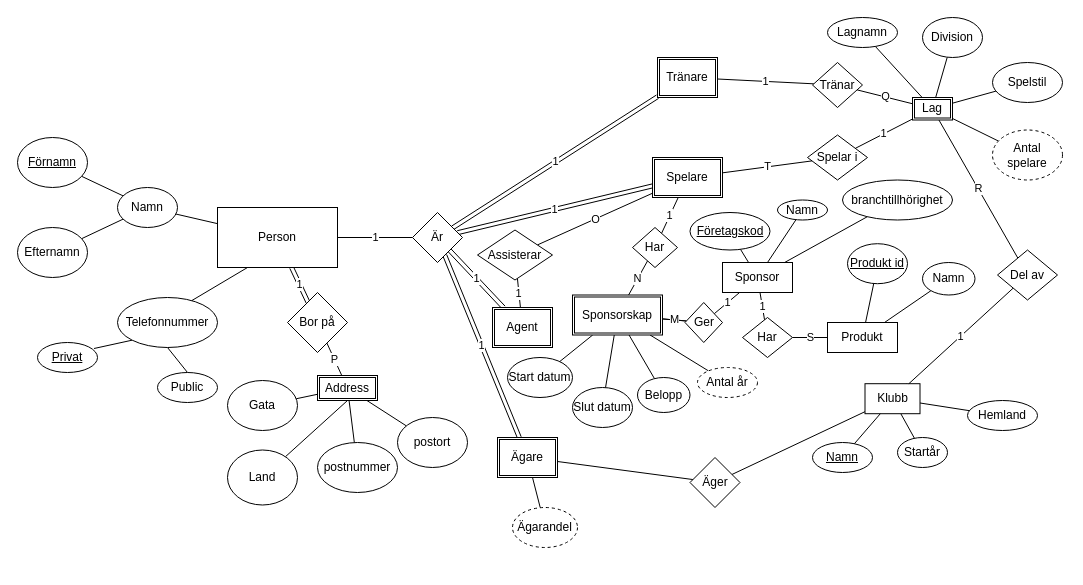
Above: webbutveckling/Databaser/Moment1/fotbollslag.drawio in EliasEriksson/miun (draw.io), before the change. Source tidied: cells renumbered, new cells numbered last; positions are measured from the earlier drawing's top-left corner, leaving out a move shared by most shapes. Both pictures are drawn from the tidied source at 100%, with x=0, y=0 at pixel (17, 17).
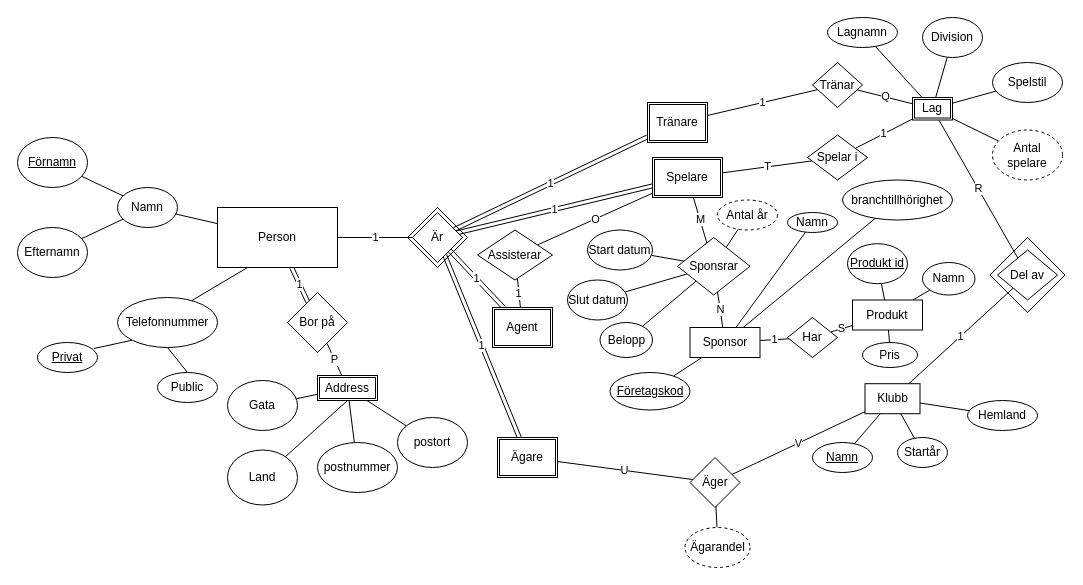
The same page after the edit.

The change refers to these unchanged cells:
```xml
<mxCell id="34" value="Ägare" style="shape=ext;double=1;rounded=0;whiteSpace=wrap;html=1;strokeColor=#000000;" parent="1" vertex="1">
  <mxGeometry x="480" y="420" width="60" height="40" as="geometry" />
</mxCell>
<mxCell id="38" value="Spelare" style="shape=ext;double=1;rounded=0;whiteSpace=wrap;html=1;strokeColor=#000000;" parent="1" vertex="1">
  <mxGeometry x="635" y="140" width="70" height="40" as="geometry" />
</mxCell>
<mxCell id="45" value="Klubb" style="rounded=0;whiteSpace=wrap;html=1;strokeColor=#000000;" parent="1" vertex="1">
  <mxGeometry x="847.5" y="366.2" width="55" height="30" as="geometry" />
</mxCell>
<mxCell id="55" value="Äger" style="rhombus;whiteSpace=wrap;html=1;strokeColor=#000000;" parent="1" vertex="1">
  <mxGeometry x="672.5" y="440" width="50" height="50" as="geometry" />
</mxCell>
```

Diff of the diagram source:
```diff
@@
+    <mxCell id="102" style="rhombus;whiteSpace=wrap;html=1;" parent="1" vertex="1">
+      <mxGeometry x="972.5" y="220" width="75" height="75" as="geometry" />
+    </mxCell>
+    <mxCell id="103" style="rhombus;whiteSpace=wrap;html=1;" parent="1" vertex="1">
+      <mxGeometry x="390" y="190" width="60" height="60" as="geometry" />
+    </mxCell>
@@
-    <mxCell id="33" style="edgeStyle=none;rounded=0;jettySize=auto;html=1;endArrow=none;endFill=0;strokeColor=#000000;" parent="1" edge="1" source="34" target="55">
+    <mxCell id="33" value="U" style="edgeStyle=none;rounded=0;jettySize=auto;html=1;endArrow=none;endFill=0;strokeColor=#000000;" parent="1" edge="1" source="34" target="55">
       <mxGeometry relative="1" as="geometry" />
     </mxCell>
@@
     <mxCell id="35" value="Tränare" style="shape=ext;double=1;rounded=0;whiteSpace=wrap;html=1;strokeColor=#000000;" parent="1" vertex="1">
-      <mxGeometry x="640" y="40" width="60" height="40" as="geometry" />
+      <mxGeometry x="630" y="85" width="60" height="40" as="geometry" />
     </mxCell>
@@
-    <mxCell id="44" style="edgeStyle=none;rounded=0;jettySize=auto;html=1;endArrow=none;endFill=0;strokeColor=#000000;" parent="1" edge="1" source="45" target="55">
+    <mxCell id="44" value="V" style="edgeStyle=none;rounded=0;jettySize=auto;html=1;endArrow=none;endFill=0;strokeColor=#000000;" parent="1" edge="1" source="45" target="55">
       <mxGeometry relative="1" as="geometry" />
     </mxCell>
@@
-    <mxCell id="56" style="edgeStyle=none;rounded=0;jettySize=auto;html=1;endArrow=none;endFill=0;strokeColor=#000000;" parent="1" edge="1" source="57" target="34">
+    <mxCell id="56" style="edgeStyle=none;rounded=0;jettySize=auto;html=1;endArrow=none;endFill=0;strokeColor=#000000;" parent="1" edge="1" source="57" target="55">
       <mxGeometry relative="1" as="geometry" />
     </mxCell>
     <mxCell id="57" value="Ägarandel" style="ellipse;whiteSpace=wrap;html=1;dashed=1;strokeColor=#000000;" parent="1" vertex="1">
-      <mxGeometry x="495" y="490" width="65" height="40" as="geometry" />
+      <mxGeometry x="667.5" y="510" width="65" height="40" as="geometry" />
     </mxCell>
@@
     <mxCell id="66" value="Sponsor" style="rounded=0;whiteSpace=wrap;html=1;strokeColor=#000000;" parent="1" vertex="1">
-      <mxGeometry x="705" y="245" width="70" height="30" as="geometry" />
+      <mxGeometry x="672.5" y="310" width="70" height="30" as="geometry" />
     </mxCell>
@@
     <mxCell id="68" value="&lt;u&gt;Företagskod&lt;/u&gt;" style="ellipse;whiteSpace=wrap;html=1;strokeColor=#000000;" parent="1" vertex="1">
-      <mxGeometry x="672.5" y="195" width="80" height="37.5" as="geometry" />
+      <mxGeometry x="592.5" y="355" width="80" height="37.5" as="geometry" />
     </mxCell>
     <mxCell id="69" value="Produkt" style="rounded=0;whiteSpace=wrap;html=1;strokeColor=#000000;" parent="1" vertex="1">
-      <mxGeometry x="810" y="305" width="70" height="30" as="geometry" />
+      <mxGeometry x="835" y="282.5" width="70" height="30" as="geometry" />
     </mxCell>
@@
     <mxCell id="73" value="Namn" style="ellipse;whiteSpace=wrap;html=1;strokeColor=#000000;" parent="1" vertex="1">
-      <mxGeometry x="760" y="182.5" width="50" height="20" as="geometry" />
+      <mxGeometry x="770" y="195" width="50" height="20" as="geometry" />
     </mxCell>
@@
     <mxCell id="76" value="Har" style="rhombus;whiteSpace=wrap;html=1;strokeColor=#000000;" parent="1" vertex="1">
-      <mxGeometry x="725" y="300" width="50" height="40" as="geometry" />
+      <mxGeometry x="770" y="300" width="50" height="40" as="geometry" />
     </mxCell>
-    <mxCell id="77" style="edgeStyle=none;rounded=0;jettySize=auto;html=1;endArrow=none;endFill=0;strokeColor=#000000;" parent="1" edge="1" source="99" target="92">
-      <mxGeometry relative="1" as="geometry" />
-    </mxCell>
-    <mxCell id="78" style="edgeStyle=none;rounded=0;jettySize=auto;html=1;endArrow=none;endFill=0;strokeColor=#000000;" parent="1" edge="1" source="79" target="99">
+    <mxCell id="78" style="edgeStyle=none;rounded=0;jettySize=auto;html=1;endArrow=none;endFill=0;strokeColor=#000000;" parent="1" edge="1" source="79" target="104">
       <mxGeometry relative="1" as="geometry" />
     </mxCell>
     <mxCell id="79" value="Start datum" style="ellipse;whiteSpace=wrap;html=1;strokeColor=#000000;" parent="1" vertex="1">
-      <mxGeometry x="490" y="340" width="65" height="40" as="geometry" />
+      <mxGeometry x="570" y="212.5" width="65" height="40" as="geometry" />
     </mxCell>
-    <mxCell id="80" style="edgeStyle=none;rounded=0;jettySize=auto;html=1;endArrow=none;endFill=0;strokeColor=#000000;" parent="1" edge="1" source="81" target="99">
+    <mxCell id="80" style="edgeStyle=none;rounded=0;jettySize=auto;html=1;endArrow=none;endFill=0;strokeColor=#000000;" parent="1" edge="1" source="81" target="104">
       <mxGeometry relative="1" as="geometry" />
     </mxCell>
     <mxCell id="81" value="Slut datum" style="ellipse;whiteSpace=wrap;html=1;strokeColor=#000000;" parent="1" vertex="1">
-      <mxGeometry x="555" y="370" width="60" height="40" as="geometry" />
+      <mxGeometry x="550" y="262.5" width="60" height="40" as="geometry" />
     </mxCell>
-    <mxCell id="82" style="edgeStyle=none;rounded=0;jettySize=auto;html=1;endArrow=none;endFill=0;strokeColor=#000000;" parent="1" edge="1" source="83" target="99">
+    <mxCell id="82" style="edgeStyle=none;rounded=0;jettySize=auto;html=1;endArrow=none;endFill=0;strokeColor=#000000;" parent="1" edge="1" source="83" target="104">
       <mxGeometry relative="1" as="geometry" />
     </mxCell>
     <mxCell id="83" value="Antal år" style="ellipse;whiteSpace=wrap;html=1;strokeColor=#000000;dashed=1;" parent="1" vertex="1">
-      <mxGeometry x="680" y="350" width="60" height="30" as="geometry" />
+      <mxGeometry x="700" y="182.5" width="60" height="30" as="geometry" />
     </mxCell>
@@
-    <mxCell id="87" value="1" style="edgeStyle=none;rounded=0;jettySize=auto;html=1;endArrow=none;endFill=0;strokeColor=#000000;" parent="1" edge="1" source="89" target="38">
-      <mxGeometry relative="1" as="geometry" />
-    </mxCell>
-    <mxCell id="88" value="N" style="edgeStyle=none;rounded=0;jettySize=auto;html=1;endArrow=none;endFill=0;strokeColor=#000000;" parent="1" edge="1" source="89" target="99">
-      <mxGeometry relative="1" as="geometry" />
-    </mxCell>
-    <mxCell id="89" value="Har" style="rhombus;whiteSpace=wrap;html=1;strokeColor=#000000;" parent="1" vertex="1">
-      <mxGeometry x="615" y="210" width="45" height="40" as="geometry" />
-    </mxCell>
-    <mxCell id="90" value="1" style="edgeStyle=none;rounded=0;jettySize=auto;html=1;endArrow=none;endFill=0;strokeColor=#000000;" parent="1" edge="1" source="92" target="66">
-      <mxGeometry relative="1" as="geometry" />
-    </mxCell>
-    <mxCell id="91" value="M" style="edgeStyle=none;rounded=0;jettySize=auto;html=1;endArrow=none;endFill=0;strokeColor=#000000;" parent="1" edge="1" source="92" target="99">
-      <mxGeometry relative="1" as="geometry" />
-    </mxCell>
-    <mxCell id="92" value="Ger" style="rhombus;whiteSpace=wrap;html=1;strokeColor=#000000;" parent="1" vertex="1">
-      <mxGeometry x="667.5" y="285" width="37.5" height="40" as="geometry" />
-    </mxCell>
@@
-    <mxCell id="97" style="edgeStyle=none;rounded=0;jettySize=auto;html=1;endArrow=none;endFill=0;strokeColor=#000000;" parent="1" edge="1" source="98" target="99">
+    <mxCell id="97" style="edgeStyle=none;rounded=0;jettySize=auto;html=1;endArrow=none;endFill=0;strokeColor=#000000;" parent="1" edge="1" source="98" target="104">
       <mxGeometry relative="1" as="geometry" />
     </mxCell>
     <mxCell id="98" value="Belopp" style="ellipse;whiteSpace=wrap;html=1;strokeColor=#000000;" parent="1" vertex="1">
-      <mxGeometry x="620" y="360" width="52.5" height="35" as="geometry" />
+      <mxGeometry x="582.5" y="305" width="52.5" height="35" as="geometry" />
     </mxCell>
-    <mxCell id="99" value="Sponsorskap" style="shape=ext;double=1;rounded=0;whiteSpace=wrap;html=1;strokeColor=#000000;" parent="1" vertex="1">
-      <mxGeometry x="555" y="277.5" width="90" height="40" as="geometry" />
-    </mxCell>
@@
+    <mxCell id="104" value="Sponsrar" style="rhombus;whiteSpace=wrap;html=1;" parent="1" vertex="1">
+      <mxGeometry x="660" y="220" width="72.5" height="57.5" as="geometry" />
+    </mxCell>
+    <mxCell id="88" value="N" style="endArrow=none;html=1;" parent="1" edge="1" source="66" target="104">
+      <mxGeometry relative="1" as="geometry" />
+    </mxCell>
+    <mxCell id="91" value="M" style="endArrow=none;html=1;" parent="1" edge="1" source="104" target="38">
+      <mxGeometry relative="1" as="geometry" />
+    </mxCell>
+    <mxCell id="105" style="edgeStyle=none;jettySize=auto;html=1;endArrow=none;" parent="1" edge="1" source="106" target="69">
+      <mxGeometry relative="1" as="geometry" />
+    </mxCell>
+    <mxCell id="106" value="Pris" style="ellipse;whiteSpace=wrap;html=1;" parent="1" vertex="1">
+      <mxGeometry x="845" y="325" width="55" height="25" as="geometry" />
+    </mxCell>
```
